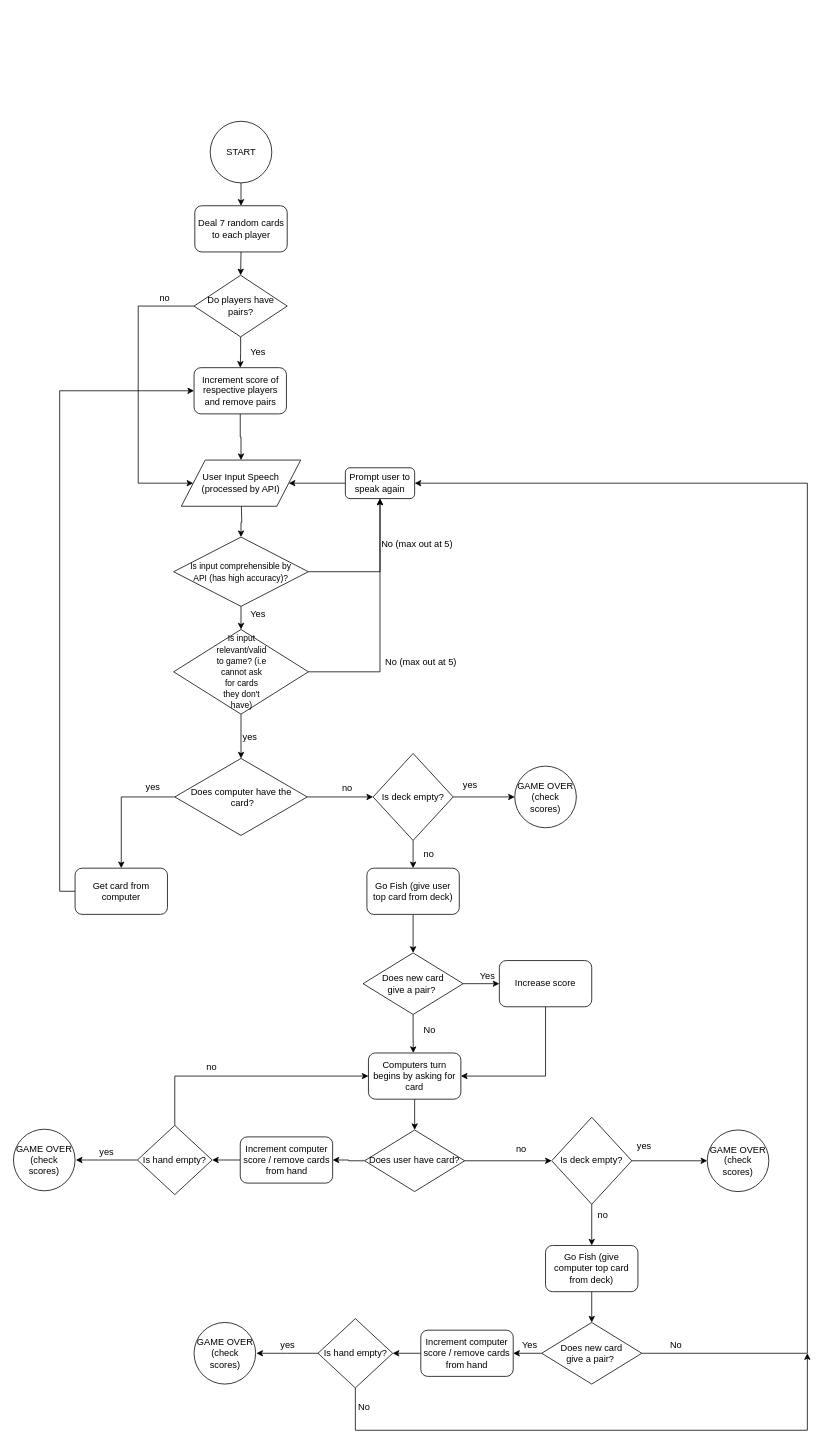
Above: Go Fish Game Flow.drawio in isobonja/CS-321-Project (draw.io), before the change. Source tidied: cells renumbered, new cells numbered last; positions are measured from the earlier drawing's top-left corner, leaving out a move shared by most shapes. Both pictures are drawn from the tidied source at 77%, with x=0, y=0 at pixel (13, 121).
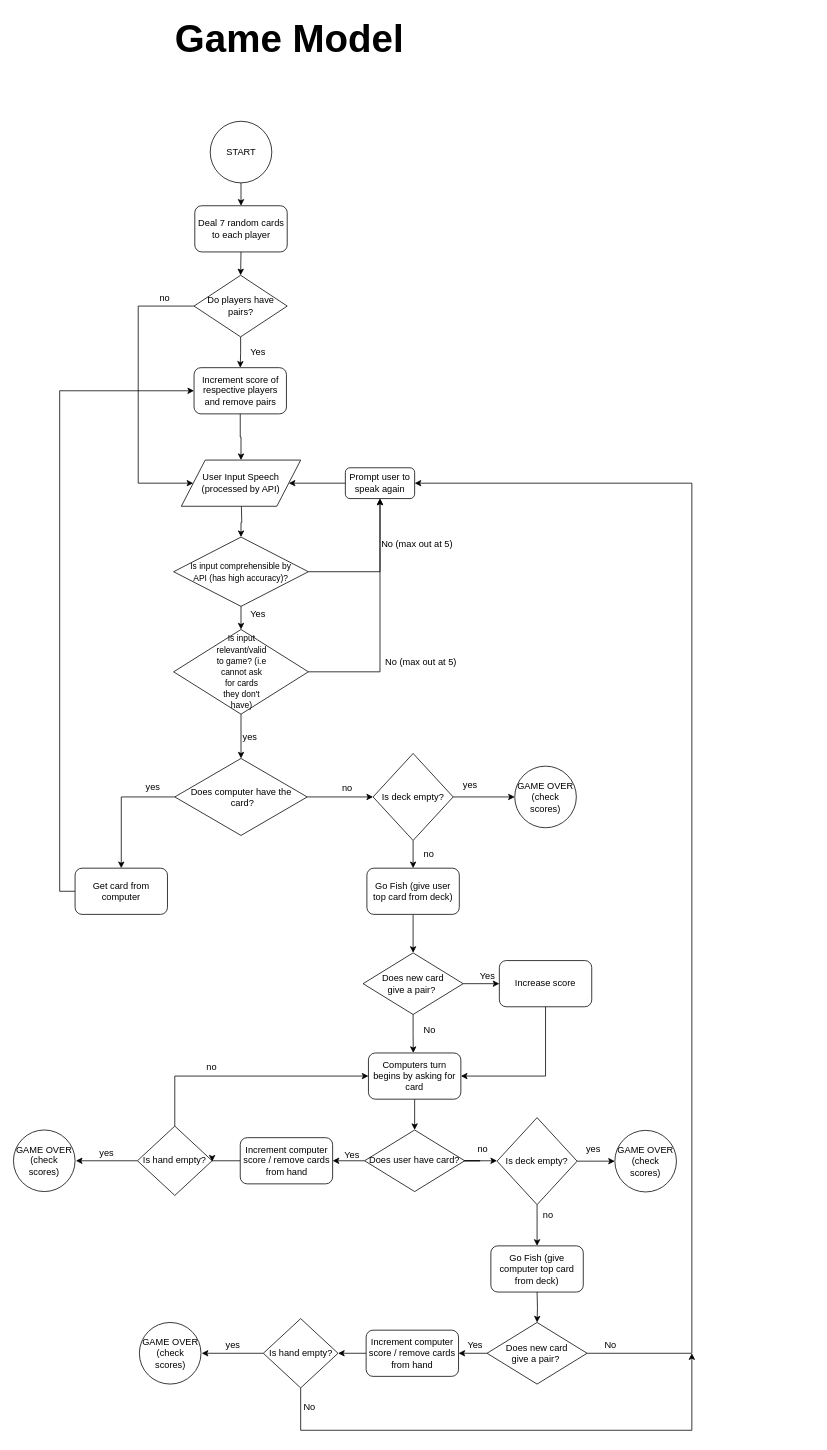
After the change.

Unchanged cells that the change refers to:
```xml
<mxCell id="17" value="Prompt user to speak again" style="rounded=1;whiteSpace=wrap;html=1;" parent="1" vertex="1">
  <mxGeometry x="431" y="450" width="90" height="40" as="geometry" />
</mxCell>
<mxCell id="55" value="Does user have card?" style="rhombus;whiteSpace=wrap;html=1;" parent="1" vertex="1">
  <mxGeometry x="456" y="1310" width="130" height="80" as="geometry" />
</mxCell>
```

Change to the diagram source:
```diff
@@
-    <mxCell id="54" style="edgeStyle=orthogonalEdgeStyle;rounded=0;jettySize=auto;html=1;exitX=1;exitY=0.5;exitDx=0;exitDy=0;entryX=0;entryY=0.5;entryDx=0;entryDy=0;" parent="1" edge="1" source="55" target="68">
-      <mxGeometry relative="1" as="geometry" />
-    </mxCell>
+    <mxCell id="86" style="edgeStyle=orthogonalEdgeStyle;rounded=0;jettySize=auto;html=1;exitX=1;exitY=0.5;exitDx=0;exitDy=0;entryX=0.9;entryY=1.275;entryDx=0;entryDy=0;entryPerimeter=0;" parent="1" edge="1" source="55" target="69">
+      <mxGeometry relative="1" as="geometry" />
+    </mxCell>
@@
-    <mxCell id="56" style="edgeStyle=orthogonalEdgeStyle;rounded=0;jettySize=auto;html=1;exitX=0;exitY=0.5;exitDx=0;exitDy=0;entryX=1;entryY=0.5;entryDx=0;entryDy=0;" parent="1" edge="1" source="57" target="60">
-      <mxGeometry relative="1" as="geometry" />
+    <mxCell id="56" style="edgeStyle=orthogonalEdgeStyle;rounded=0;orthogonalLoop=1;jettySize=auto;html=1;exitX=0;exitY=0.5;exitDx=0;exitDy=0;entryX=1;entryY=0.5;entryDx=0;entryDy=0;" parent="1" edge="1">
+      <mxGeometry relative="1" as="geometry">
+        <mxPoint x="295" y="1350" as="sourcePoint" />
+        <mxPoint x="258" y="1351" as="targetPoint" />
+      </mxGeometry>
     </mxCell>
     <mxCell id="57" value="Increment computer score / remove cards from hand" style="rounded=1;whiteSpace=wrap;html=1;" parent="1" vertex="1">
-      <mxGeometry x="294.5" y="1319" width="120" height="60" as="geometry" />
+      <mxGeometry x="294.5" y="1320" width="120" height="60" as="geometry" />
     </mxCell>
-    <mxCell id="58" style="edgeStyle=orthogonalEdgeStyle;rounded=0;jettySize=auto;html=1;" parent="1" edge="1" source="60">
+    <mxCell id="58" style="edgeStyle=orthogonalEdgeStyle;rounded=0;orthogonalLoop=1;jettySize=auto;html=1;" parent="1" edge="1">
       <mxGeometry relative="1" as="geometry">
-        <mxPoint x="81" y="1349" as="targetPoint" />
+        <mxPoint x="161" y="1350" as="sourcePoint" />
+        <mxPoint x="81" y="1350" as="targetPoint" />
       </mxGeometry>
     </mxCell>
@@
     <mxCell id="60" value="Is hand empty?" style="rhombus;whiteSpace=wrap;html=1;" parent="1" vertex="1">
-      <mxGeometry x="161" y="1304" width="97" height="90" as="geometry" />
+      <mxGeometry x="161" y="1305" width="97" height="90" as="geometry" />
     </mxCell>
@@
     <mxCell id="62" value="yes" style="text;html=1;align=left;verticalAlign=top;spacingTop=-4;" parent="1" vertex="1">
-      <mxGeometry x="110" y="1329" width="30" height="20" as="geometry" />
+      <mxGeometry x="110" y="1330" width="30" height="20" as="geometry" />
     </mxCell>
     <mxCell id="63" value="GAME OVER (check scores)" style="ellipse;whiteSpace=wrap;html=1;" parent="1" vertex="1">
-      <mxGeometry y="1309" width="80" height="80" as="geometry" />
+      <mxGeometry y="1310" width="80" height="80" as="geometry" />
     </mxCell>
-    <mxCell id="64" style="edgeStyle=orthogonalEdgeStyle;rounded=0;jettySize=auto;html=1;exitX=0.5;exitY=1;exitDx=0;exitDy=0;entryX=0.5;entryY=0;entryDx=0;entryDy=0;" parent="1" edge="1" source="65" target="75">
-      <mxGeometry relative="1" as="geometry" />
+    <mxCell id="64" style="edgeStyle=orthogonalEdgeStyle;rounded=0;jettySize=auto;html=1;exitX=0.5;exitY=1;exitDx=0;exitDy=0;entryX=0.5;entryY=0;entryDx=0;entryDy=0;" parent="1" edge="1" target="75">
+      <mxGeometry relative="1" as="geometry">
+        <mxPoint x="680" y="1520" as="sourcePoint" />
+      </mxGeometry>
     </mxCell>
     <mxCell id="65" value="Go Fish (give computer top card from deck)" style="rounded=1;whiteSpace=wrap;html=1;" parent="1" vertex="1">
-      <mxGeometry x="691" y="1460" width="120" height="60" as="geometry" />
+      <mxGeometry x="620" y="1460.5" width="120" height="60" as="geometry" />
     </mxCell>
@@
     <mxCell id="68" value="Is deck empty?" style="rhombus;whiteSpace=wrap;html=1;rotation=0;" parent="1" vertex="1">
-      <mxGeometry x="699" y="1293.5" width="104" height="113" as="geometry" />
+      <mxGeometry x="628" y="1294" width="104" height="113" as="geometry" />
     </mxCell>
     <mxCell id="69" value="no" style="text;html=1;points=[];align=left;verticalAlign=top;spacingTop=-4;" parent="1" vertex="1">
-      <mxGeometry x="651" y="1324.5" width="30" height="20" as="geometry" />
+      <mxGeometry x="601" y="1324.5" width="30" height="20" as="geometry" />
     </mxCell>
     <mxCell id="70" value="no" style="text;html=1;align=left;verticalAlign=top;spacingTop=-4;" parent="1" vertex="1">
-      <mxGeometry x="757" y="1410.5" width="30" height="20" as="geometry" />
+      <mxGeometry x="686" y="1411" width="30" height="20" as="geometry" />
     </mxCell>
     <mxCell id="71" value="GAME OVER (check scores)" style="ellipse;whiteSpace=wrap;html=1;" parent="1" vertex="1">
-      <mxGeometry x="901" y="1310" width="80" height="80" as="geometry" />
+      <mxGeometry x="781" y="1310.5" width="80" height="80" as="geometry" />
     </mxCell>
     <mxCell id="72" value="yes" style="text;html=1;align=left;verticalAlign=top;spacingTop=-4;" parent="1" vertex="1">
-      <mxGeometry x="808" y="1320.5" width="30" height="20" as="geometry" />
+      <mxGeometry x="741.5" y="1325" width="30" height="20" as="geometry" />
     </mxCell>
@@
     <mxCell id="74" style="edgeStyle=orthogonalEdgeStyle;rounded=0;jettySize=auto;html=1;exitX=1;exitY=0.5;exitDx=0;exitDy=0;entryX=1;entryY=0.5;entryDx=0;entryDy=0;" parent="1" edge="1" source="75" target="17">
       <mxGeometry relative="1" as="geometry">
         <Array as="points">
-          <mxPoint x="1031" y="1600" />
-          <mxPoint x="1031" y="470" />
+          <mxPoint x="881" y="1600" />
+          <mxPoint x="881" y="470" />
         </Array>
       </mxGeometry>
     </mxCell>
     <mxCell id="75" value="Does new card &lt;br&gt;give a pair?&amp;nbsp;" style="rhombus;whiteSpace=wrap;html=1;" parent="1" vertex="1">
-      <mxGeometry x="686" y="1560" width="130" height="80" as="geometry" />
+      <mxGeometry x="615" y="1560" width="130" height="80" as="geometry" />
     </mxCell>
@@
     <mxCell id="77" value="Increment computer score / remove cards from hand" style="rounded=1;whiteSpace=wrap;html=1;" parent="1" vertex="1">
-      <mxGeometry x="529" y="1570" width="120" height="60" as="geometry" />
+      <mxGeometry x="458" y="1570" width="120" height="60" as="geometry" />
     </mxCell>
     <mxCell id="78" style="edgeStyle=orthogonalEdgeStyle;rounded=0;jettySize=auto;html=1;" parent="1" edge="1" source="80">
       <mxGeometry relative="1" as="geometry">
-        <mxPoint x="315.5" y="1600" as="targetPoint" />
+        <mxPoint x="244.5" y="1600" as="targetPoint" />
       </mxGeometry>
     </mxCell>
     <mxCell id="79" style="edgeStyle=orthogonalEdgeStyle;rounded=0;jettySize=auto;html=1;exitX=0.5;exitY=1;exitDx=0;exitDy=0;" parent="1" edge="1" source="80">
       <mxGeometry relative="1" as="geometry">
-        <mxPoint x="1031" y="1600" as="targetPoint" />
+        <mxPoint x="881" y="1600" as="targetPoint" />
         <Array as="points">
-          <mxPoint x="444" y="1700" />
-          <mxPoint x="1031" y="1700" />
+          <mxPoint x="373" y="1700" />
+          <mxPoint x="881" y="1700" />
         </Array>
       </mxGeometry>
     </mxCell>
     <mxCell id="80" value="Is hand empty?" style="rhombus;whiteSpace=wrap;html=1;" parent="1" vertex="1">
-      <mxGeometry x="395.5" y="1555" width="97" height="90" as="geometry" />
+      <mxGeometry x="324.5" y="1555" width="97" height="90" as="geometry" />
     </mxCell>
     <mxCell id="81" value="yes" style="text;html=1;align=left;verticalAlign=top;spacingTop=-4;" parent="1" vertex="1">
-      <mxGeometry x="344.5" y="1580" width="30" height="20" as="geometry" />
+      <mxGeometry x="273.5" y="1580" width="30" height="20" as="geometry" />
     </mxCell>
     <mxCell id="82" value="GAME OVER (check scores)" style="ellipse;whiteSpace=wrap;html=1;" parent="1" vertex="1">
-      <mxGeometry x="234.5" y="1560" width="80" height="80" as="geometry" />
+      <mxGeometry x="163.5" y="1560" width="80" height="80" as="geometry" />
     </mxCell>
     <mxCell id="83" value="No" style="text;html=1;align=left;verticalAlign=top;spacingTop=-4;" parent="1" vertex="1">
-      <mxGeometry x="851" y="1580" width="30" height="20" as="geometry" />
+      <mxGeometry x="766" y="1580" width="30" height="20" as="geometry" />
     </mxCell>
     <mxCell id="84" value="Yes" style="text;html=1;align=left;verticalAlign=top;spacingTop=-4;" parent="1" vertex="1">
-      <mxGeometry x="659" y="1580" width="40" height="20" as="geometry" />
+      <mxGeometry x="588" y="1580" width="40" height="20" as="geometry" />
     </mxCell>
     <mxCell id="85" value="No" style="text;html=1;align=left;verticalAlign=top;spacingTop=-4;" parent="1" vertex="1">
-      <mxGeometry x="446" y="1660" width="30" height="20" as="geometry" />
+      <mxGeometry x="375" y="1660" width="30" height="20" as="geometry" />
     </mxCell>
+    <mxCell id="87" value="&lt;b&gt;&lt;font style=&quot;font-size: 50px&quot;&gt;Game Model&lt;/font&gt;&lt;/b&gt;" style="text;html=1;align=left;verticalAlign=top;spacingTop=-4;" parent="1" vertex="1">
+      <mxGeometry x="208" y="-140" width="310" height="30" as="geometry" />
+    </mxCell>
+    <mxCell id="88" value="Yes" style="text;html=1;align=left;verticalAlign=top;spacingTop=-4;" parent="1" vertex="1">
+      <mxGeometry x="428" y="1333" width="40" height="20" as="geometry" />
+    </mxCell>
```
